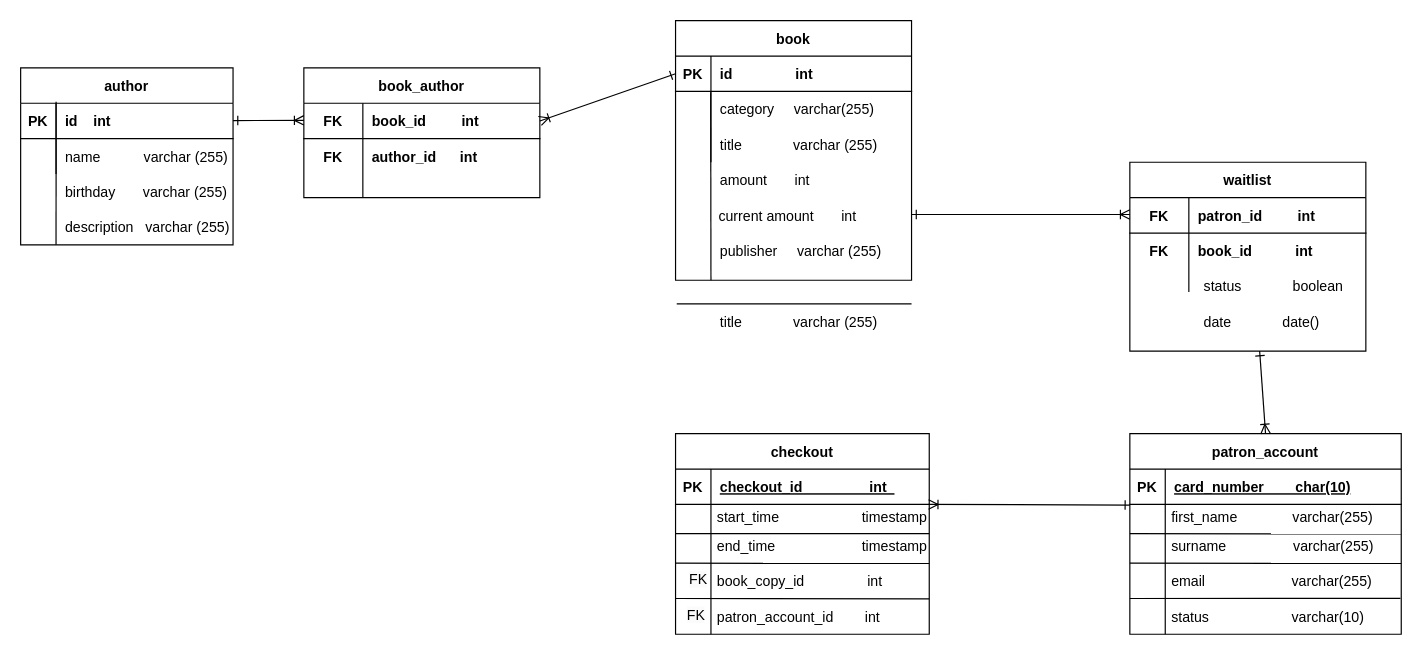
The draw.io diagram Libary_Dima_V2.drawio in Dima013/HomeWork, before the edit. Source tidied: cells renumbered, new cells numbered last; positions are measured from the earlier drawing's top-left corner, leaving out a move shared by most shapes. Both pictures are drawn from the tidied source at 118%, with x=0, y=0 at pixel (20, 20).
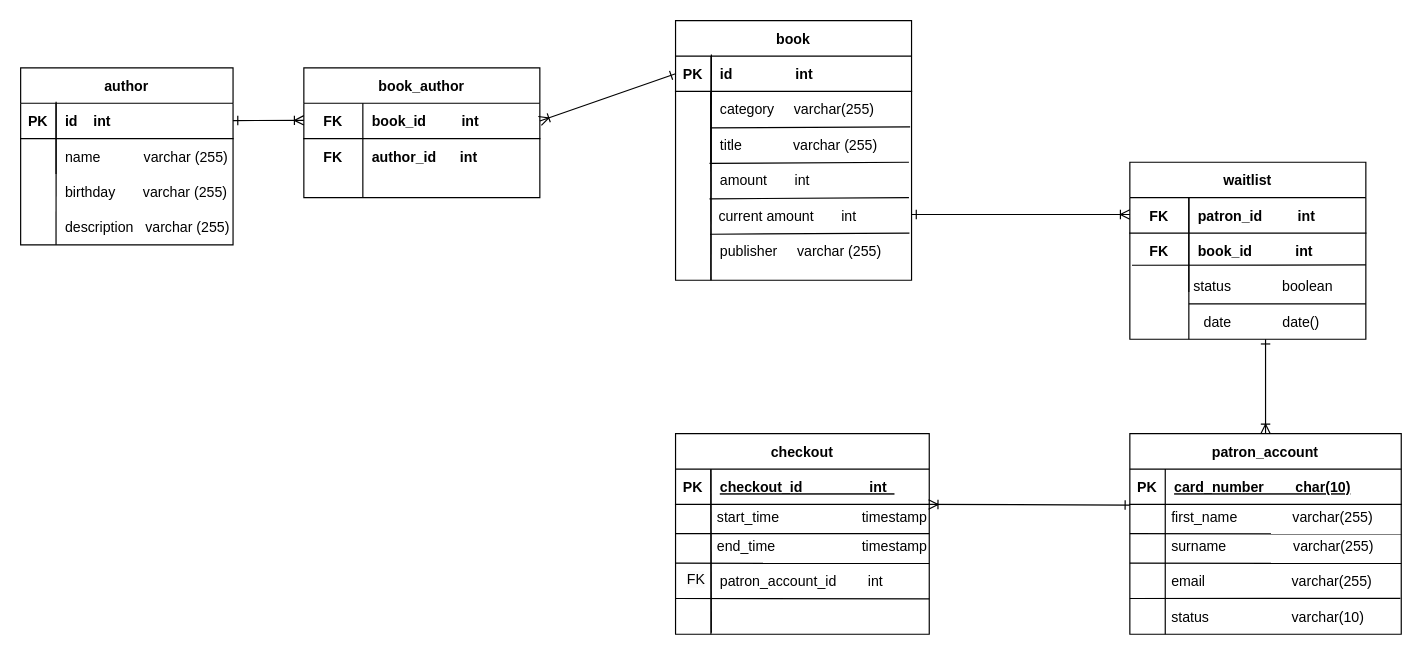
The same page after the edit.

Unchanged cells that the change refers to:
```xml
<mxCell id="2" value="book" style="shape=table;startSize=30;childLayout=tableLayout;rowLines=0;fontStyle=1;align=center;" parent="1" vertex="1">
  <mxGeometry x="555" width="200" height="220" as="geometry" />
</mxCell>
<mxCell id="3" style="shape=partialRectangle;fillColor=none;points=[[0,0.5],[1,0.5]];portConstraint=eastwest;top=0;left=0;right=0;bottom=1;" parent="2" vertex="1">
  <mxGeometry y="30" width="200" height="30" as="geometry" />
</mxCell>
<mxCell id="9" style="shape=partialRectangle;fillColor=none;points=[[0,0.5],[1,0.5]];portConstraint=eastwest;top=0;left=0;right=0;bottom=0;" parent="2" vertex="1">
  <mxGeometry y="90" width="200" height="30" as="geometry" />
</mxCell>
<mxCell id="32" value="checkout" style="shape=table;startSize=30;childLayout=tableLayout;rowLines=0;fontStyle=1;align=center;" parent="1" vertex="1">
  <mxGeometry x="555" y="350" width="215" height="170" as="geometry" />
</mxCell>
<mxCell id="33" style="shape=partialRectangle;fillColor=none;points=[[0,0.5],[1,0.5]];portConstraint=eastwest;top=0;left=0;right=0;bottom=1;" parent="32" vertex="1">
  <mxGeometry y="30" width="215" height="30" as="geometry" />
</mxCell>
<mxCell id="36" style="shape=partialRectangle;fillColor=none;points=[[0,0.5],[1,0.5]];portConstraint=eastwest;top=0;left=0;right=0;bottom=0;" parent="32" vertex="1">
  <mxGeometry y="60" width="215" height="110" as="geometry" />
</mxCell>
<mxCell id="48" value="patron_account" style="shape=table;startSize=30;childLayout=tableLayout;rowLines=0;fontStyle=1;align=center;" parent="1" vertex="1">
  <mxGeometry x="940" y="350" width="230" height="170" as="geometry" />
</mxCell>
<mxCell id="69" style="shape=partialRectangle;fillColor=none;points=[[0,0.5],[1,0.5]];portConstraint=eastwest;top=0;left=0;right=0;bottom=0;" parent="62" vertex="1">
  <mxGeometry y="90" width="200" height="20" as="geometry" />
</mxCell>
```

Change to the diagram source:
```diff
@@
+    <mxCell id="86" style="endArrow=none;html=1;rounded=0;exitX=0.148;exitY=0.031;exitDx=0;exitDy=0;exitPerimeter=0;entryX=0.994;entryY=0;entryDx=0;entryDy=0;entryPerimeter=0;" parent="2" edge="1" source="9" target="9">
+      <mxGeometry relative="1" as="geometry" />
+    </mxCell>
@@
+    <mxCell id="87" style="endArrow=none;html=1;rounded=0;entryX=0.139;entryY=0.023;entryDx=0;entryDy=0;entryPerimeter=0;exitX=0.141;exitY=0.989;exitDx=0;exitDy=0;exitPerimeter=0;" parent="32" edge="1" source="36" target="33">
+      <mxGeometry relative="1" as="geometry" />
+    </mxCell>
@@
-    <mxCell id="41" value="book_copy_id                int" style="shape=partialRectangle;overflow=hidden;fillColor=none;top=0;left=0;bottom=0;right=0;align=left;spacingLeft=6;fontStyle=0;" parent="1" vertex="1">
-      <mxGeometry x="582.5" y="460" width="172.5" height="30" as="geometry" />
-    </mxCell>
-    <mxCell id="42" value="&lt;span style=&quot;color: rgb(0, 0, 0); font-family: Helvetica; font-size: 12px; font-style: normal; font-variant-ligatures: normal; font-variant-caps: normal; font-weight: 400; letter-spacing: normal; orphans: 2; text-align: center; text-indent: 0px; text-transform: none; widows: 2; word-spacing: 0px; -webkit-text-stroke-width: 0px; background-color: rgb(251, 251, 251); text-decoration-thickness: initial; text-decoration-style: initial; text-decoration-color: initial; float: none; display: inline !important;&quot;&gt;FK&lt;/span&gt;" style="text;whiteSpace=wrap;html=1;" parent="1" vertex="1">
-      <mxGeometry x="565" y="460" width="20" height="30" as="geometry" />
-    </mxCell>
@@
     <mxCell id="45" value="patron_account_id        int" style="shape=partialRectangle;overflow=hidden;fillColor=none;top=0;left=0;bottom=0;right=0;align=left;spacingLeft=6;fontStyle=0;" parent="1" vertex="1">
-      <mxGeometry x="582.5" y="490" width="172.5" height="30" as="geometry" />
+      <mxGeometry x="585" y="460" width="172.5" height="30" as="geometry" />
     </mxCell>
@@
     <mxCell id="47" value="&lt;span style=&quot;color: rgb(0, 0, 0); font-family: Helvetica; font-size: 12px; font-style: normal; font-variant-ligatures: normal; font-variant-caps: normal; font-weight: 400; letter-spacing: normal; orphans: 2; text-align: center; text-indent: 0px; text-transform: none; widows: 2; word-spacing: 0px; -webkit-text-stroke-width: 0px; background-color: rgb(251, 251, 251); text-decoration-thickness: initial; text-decoration-style: initial; text-decoration-color: initial; float: none; display: inline !important;&quot;&gt;FK&lt;/span&gt;" style="text;whiteSpace=wrap;html=1;" parent="1" vertex="1">
-      <mxGeometry x="562.5" y="490" width="20" height="30" as="geometry" />
+      <mxGeometry x="562.5" y="460" width="20" height="30" as="geometry" />
     </mxCell>
@@
     <mxCell id="62" value="waitlist" style="shape=table;startSize=30;childLayout=tableLayout;rowLines=0;fontStyle=1;align=center;" parent="1" vertex="1">
-      <mxGeometry x="940" y="120" width="200" height="160" as="geometry" />
+      <mxGeometry x="940" y="120" width="200" height="150" as="geometry" />
     </mxCell>
@@
+    <mxCell id="88" style="endArrow=none;html=1;rounded=0;exitX=0.25;exitY=1;exitDx=0;exitDy=0;" parent="62" edge="1" source="62">
+      <mxGeometry relative="1" as="geometry">
+        <mxPoint x="50" y="30" as="targetPoint" />
+      </mxGeometry>
+    </mxCell>
+    <mxCell id="89" style="endArrow=none;html=1;rounded=0;exitX=0.009;exitY=-0.136;exitDx=0;exitDy=0;exitPerimeter=0;" parent="62" edge="1" source="69">
+      <mxGeometry relative="1" as="geometry">
+        <mxPoint x="200" y="87" as="targetPoint" />
+      </mxGeometry>
+    </mxCell>
@@
     <mxCell id="73" style="endArrow=ERone;startArrow=ERoneToMany;html=1;rounded=0;exitX=0.5;exitY=0;exitDx=0;exitDy=0;startFill=0;endFill=0;" parent="1" edge="1" source="48">
       <mxGeometry relative="1" as="geometry">
-        <mxPoint x="1050" y="280" as="targetPoint" />
+        <mxPoint x="1055" y="270" as="targetPoint" />
       </mxGeometry>
     </mxCell>
@@
-    <mxCell id="75" style="endArrow=none;html=1;rounded=0;exitX=0.009;exitY=0.348;exitDx=0;exitDy=0;exitPerimeter=0;entryX=0.993;entryY=1.007;entryDx=0;entryDy=0;entryPerimeter=0;" parent="1" edge="1">
-      <mxGeometry relative="1" as="geometry">
-        <mxPoint x="556" y="240" as="sourcePoint" />
-        <mxPoint x="755" y="240" as="targetPoint" />
-      </mxGeometry>
-    </mxCell>
-    <mxCell id="76" value="title             varchar (255)" style="shape=partialRectangle;overflow=hidden;fillColor=none;top=0;left=0;bottom=0;right=0;align=left;spacingLeft=6;" parent="1" vertex="1">
-      <mxGeometry x="585" y="240" width="170" height="30" as="geometry" />
-    </mxCell>
@@
     <mxCell id="84" value="status             boolean" style="shape=partialRectangle;overflow=hidden;fillColor=none;top=0;left=0;bottom=0;right=0;align=left;spacingLeft=6;" parent="1" vertex="1">
-      <mxGeometry x="995" y="210" width="170" height="30" as="geometry" />
+      <mxGeometry x="986.2" y="210" width="170" height="30" as="geometry" />
     </mxCell>
@@
+    <mxCell id="90" style="endArrow=none;html=1;rounded=0;exitX=0.148;exitY=0.031;exitDx=0;exitDy=0;exitPerimeter=0;entryX=0.994;entryY=0;entryDx=0;entryDy=0;entryPerimeter=0;" parent="1" edge="1">
+      <mxGeometry relative="1" as="geometry">
+        <mxPoint x="583.8" y="121" as="sourcePoint" />
+        <mxPoint x="752.8" y="120" as="targetPoint" />
+      </mxGeometry>
+    </mxCell>
+    <mxCell id="91" style="endArrow=none;html=1;rounded=0;exitX=0.148;exitY=0.031;exitDx=0;exitDy=0;exitPerimeter=0;entryX=0.994;entryY=0;entryDx=0;entryDy=0;entryPerimeter=0;" parent="1" edge="1">
+      <mxGeometry relative="1" as="geometry">
+        <mxPoint x="583.8" y="151" as="sourcePoint" />
+        <mxPoint x="752.8" y="150" as="targetPoint" />
+      </mxGeometry>
+    </mxCell>
+    <mxCell id="92" style="endArrow=none;html=1;rounded=0;exitX=0.148;exitY=0.031;exitDx=0;exitDy=0;exitPerimeter=0;entryX=0.994;entryY=0;entryDx=0;entryDy=0;entryPerimeter=0;" parent="1" edge="1">
+      <mxGeometry relative="1" as="geometry">
+        <mxPoint x="584.2" y="181" as="sourcePoint" />
+        <mxPoint x="753.2" y="180" as="targetPoint" />
+      </mxGeometry>
+    </mxCell>
+    <mxCell id="93" style="endArrow=none;html=1;rounded=0;" parent="1" edge="1">
+      <mxGeometry relative="1" as="geometry">
+        <mxPoint x="990" y="240" as="sourcePoint" />
+        <mxPoint x="1140" y="240" as="targetPoint" />
+      </mxGeometry>
+    </mxCell>
+    <mxCell id="94" style="endArrow=none;html=1;rounded=0;entryX=0.152;entryY=-0.045;entryDx=0;entryDy=0;entryPerimeter=0;" parent="1" edge="1" target="3">
+      <mxGeometry relative="1" as="geometry">
+        <mxPoint x="585" y="220" as="sourcePoint" />
+      </mxGeometry>
+    </mxCell>
```
